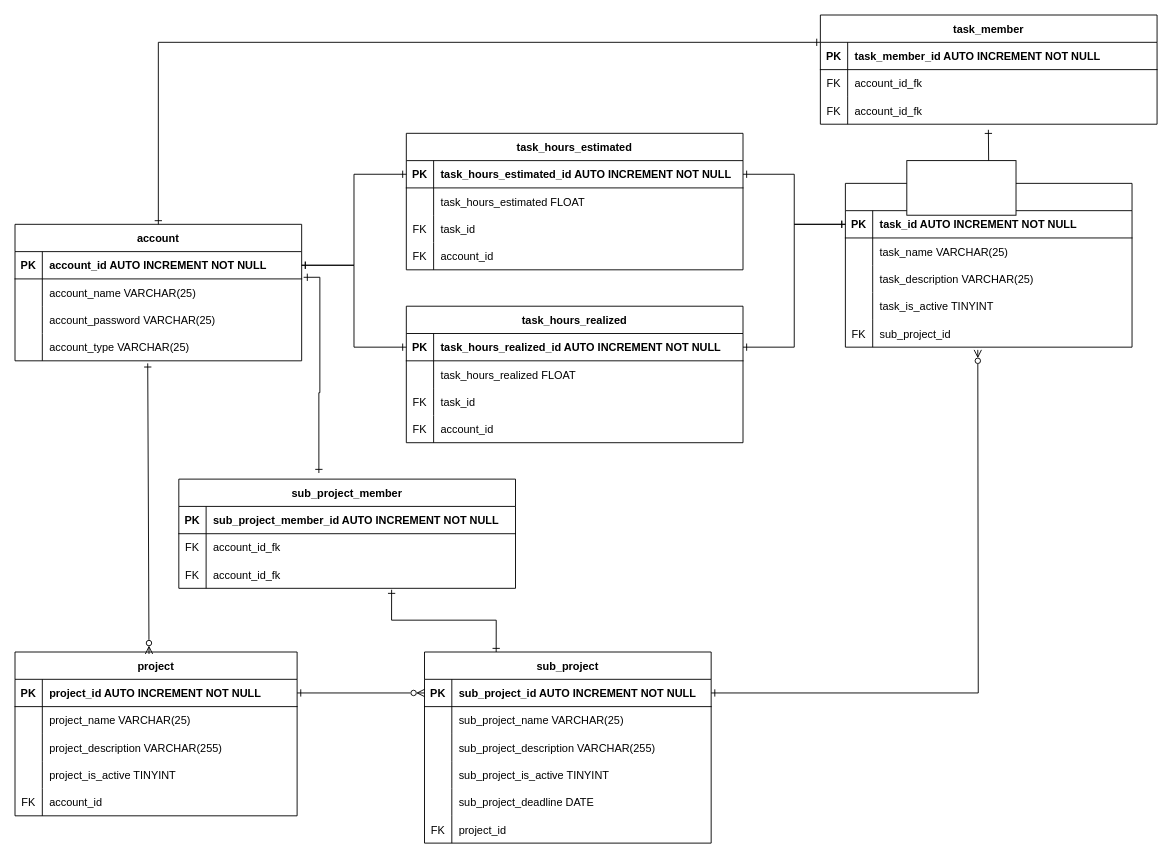
Earlier version of the draw.io diagram docs/ER-Diagram.drawio (danskode/EasyScope). Source tidied: cells renumbered, new cells numbered last; positions are measured from the earlier drawing's top-left corner, leaving out a move shared by most shapes. Both pictures are drawn from the tidied source at 91%, with x=0, y=0 at pixel (15, 15).
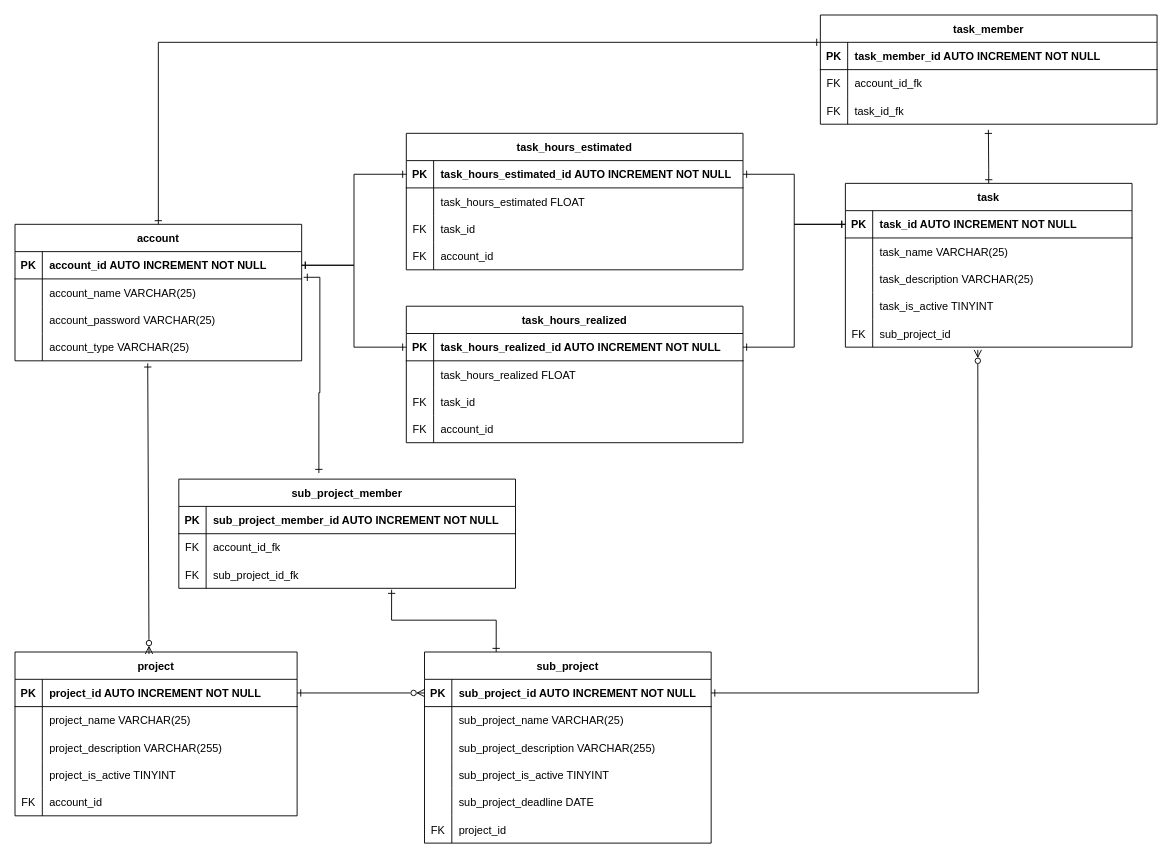
Above is the later version.

Unchanged cells that the change refers to:
```xml
<mxCell id="107" style="shape=partialRectangle;fillColor=none;points=[[0,0.5],[1,0.5]];portConstraint=eastwest;top=0;left=0;right=0;bottom=0;" parent="100" vertex="1">
  <mxGeometry y="90" width="370" height="30" as="geometry" />
</mxCell>
<mxCell id="117" style="shape=partialRectangle;fillColor=none;points=[[0,0.5],[1,0.5]];portConstraint=eastwest;top=0;left=0;right=0;bottom=0;" parent="110" vertex="1">
  <mxGeometry y="90" width="370" height="30" as="geometry" />
</mxCell>
```

What changed in the source:
```diff
@@
-    <mxCell id="109" value="account_id_fk" style="shape=partialRectangle;overflow=hidden;fillColor=none;top=0;left=0;bottom=0;right=0;align=left;spacingLeft=6;" parent="107" vertex="1">
+    <mxCell id="109" value="sub_project_id_fk" style="shape=partialRectangle;overflow=hidden;fillColor=none;top=0;left=0;bottom=0;right=0;align=left;spacingLeft=6;" parent="107" vertex="1">
       <mxGeometry x="30" width="340" height="30" as="geometry" />
     </mxCell>
@@
-    <mxCell id="119" value="account_id_fk" style="shape=partialRectangle;overflow=hidden;fillColor=none;top=0;left=0;bottom=0;right=0;align=left;spacingLeft=6;" parent="117" vertex="1">
+    <mxCell id="119" value="task_id_fk" style="shape=partialRectangle;overflow=hidden;fillColor=none;top=0;left=0;bottom=0;right=0;align=left;spacingLeft=6;" parent="117" vertex="1">
       <mxGeometry x="30" width="340" height="30" as="geometry" />
     </mxCell>
@@
-    <mxCell id="123" style="whiteSpace=wrap;html=1;" parent="1" vertex="1">
-      <mxGeometry x="980" y="160" width="120" height="60" as="geometry" />
-    </mxCell>
```
